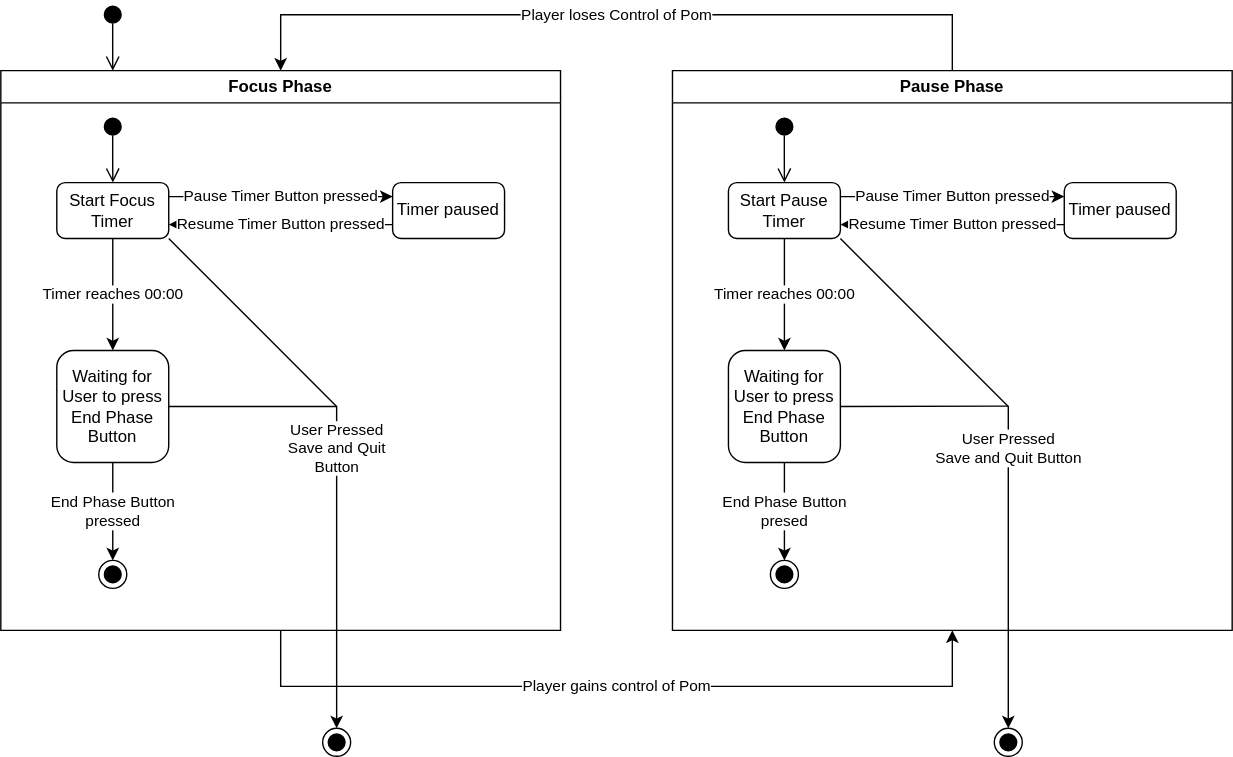
Earlier version of the draw.io export Phases.drawio.svg (JakobKrug/DrawIO). Source tidied: cells renumbered, new cells last; positions are measured from the earlier drawing's top-left corner, leaving out a move shared by most shapes.
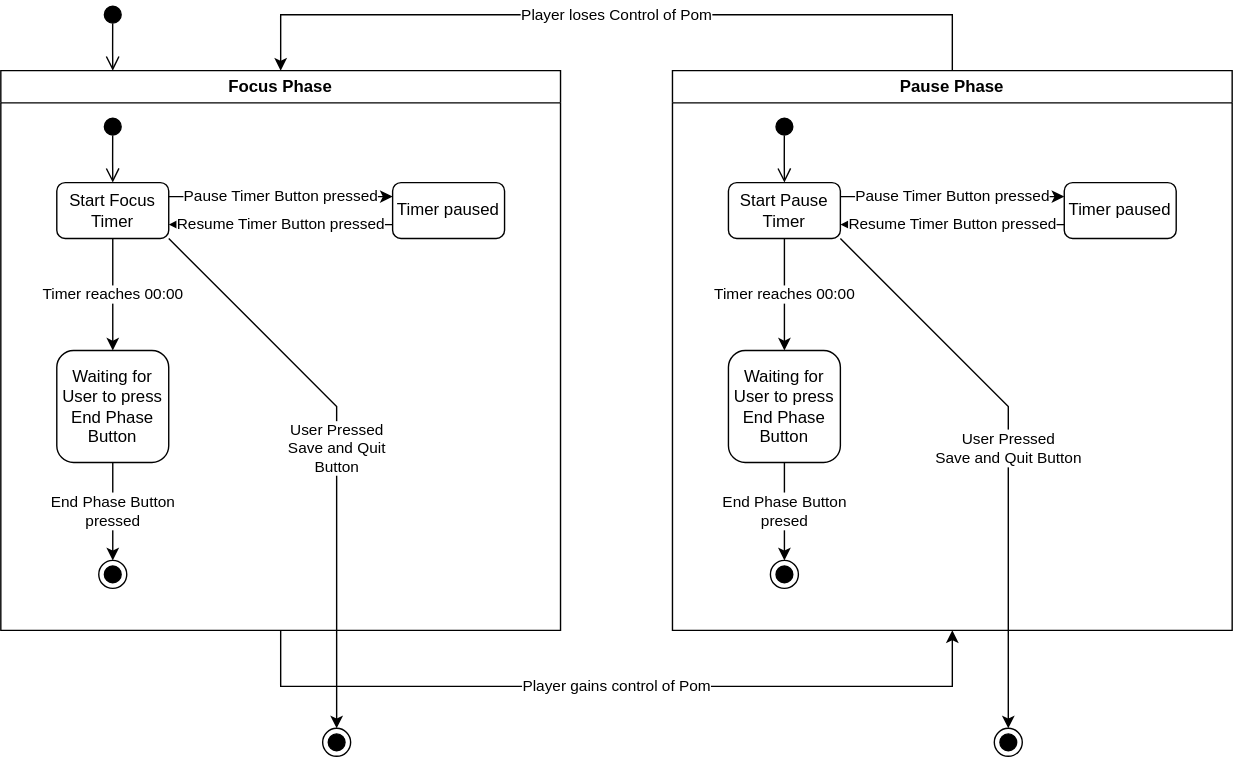
After the commit.

The edit, as a diff of the source:
```diff
@@ -48,11 +48,6 @@
         </Array>
       </mxGeometry>
     </mxCell>
-    <mxCell id="16" style="endArrow=none;html=1;rounded=0;exitX=1;exitY=0.5;exitDx=0;exitDy=0;" parent="2" edge="1" source="5">
-      <mxGeometry relative="1" as="geometry">
-        <mxPoint x="240" y="239.8" as="targetPoint" />
-      </mxGeometry>
-    </mxCell>
     <mxCell id="17" value="Focus Phase" style="swimlane;whiteSpace=wrap;html=1;" parent="1" vertex="1">
       <mxGeometry y="50" width="400" height="400" as="geometry" />
     </mxCell>
@@ -89,11 +84,6 @@
     <mxCell id="28" value="&lt;div&gt;&lt;br&gt;&lt;/div&gt;&lt;div&gt;&lt;br&gt;&lt;/div&gt;" style="edgeLabel;html=1;align=center;verticalAlign=middle;" parent="27" vertex="1">
       <mxGeometry x="-0.1" relative="1" as="geometry" />
     </mxCell>
-    <mxCell id="29" style="endArrow=none;html=1;rounded=0;exitX=1;exitY=0.5;exitDx=0;exitDy=0;" parent="17" edge="1" source="20">
-      <mxGeometry relative="1" as="geometry">
-        <mxPoint x="240" y="240" as="targetPoint" />
-      </mxGeometry>
-    </mxCell>
     <mxCell id="30" value="Player gains control of Pom" style="endArrow=classic;html=1;rounded=0;exitX=0.5;exitY=1;exitDx=0;exitDy=0;entryX=0.5;entryY=1;entryDx=0;entryDy=0;" parent="1" edge="1" source="17" target="2">
       <mxGeometry relative="1" as="geometry">
         <Array as="points">
```
